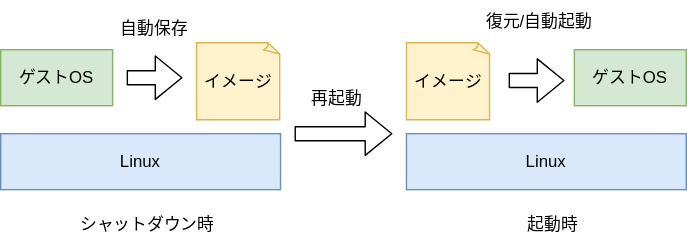
Earlier version of the draw.io export page/public/imgs/win-virt-nixos/reboot.drawio.svg (xd-tech/linux-blog). Source tidied: cells renumbered, new cells last; positions are measured from the earlier drawing's top-left corner, leaving out a move shared by most shapes. Its diagram source:
```xml
<mxGraphModel>
  <root>
    <mxCell id="0" />
    <mxCell id="1" parent="0" />
    <mxCell id="2" value="Linux" style="rounded=0;whiteSpace=wrap;html=1;fillColor=#dae8fc;strokeColor=#6c8ebf;" parent="1" vertex="1">
      <mxGeometry y="95" width="200" height="40" as="geometry" />
    </mxCell>
    <mxCell id="3" value="ゲストOS" style="rounded=0;whiteSpace=wrap;html=1;fillColor=#d5e8d4;strokeColor=#82b366;" parent="1" vertex="1">
      <mxGeometry y="35" width="80" height="40" as="geometry" />
    </mxCell>
    <mxCell id="4" value="シャットダウン時" style="text;html=1;align=center;verticalAlign=middle;whiteSpace=wrap;rounded=0;" parent="1" vertex="1">
      <mxGeometry x="50" y="145" width="110" height="30" as="geometry" />
    </mxCell>
    <mxCell id="5" value="イメージ" style="whiteSpace=wrap;html=1;shape=mxgraph.basic.document;fillColor=#fff2cc;strokeColor=#d6b656;" parent="1" vertex="1">
      <mxGeometry x="140" y="30" width="60" height="55" as="geometry" />
    </mxCell>
    <mxCell id="6" style="shape=flexArrow;endArrow=classic;html=1;" parent="1" edge="1">
      <mxGeometry relative="1" as="geometry">
        <mxPoint x="90" y="55" as="sourcePoint" />
        <mxPoint x="130" y="55" as="targetPoint" />
      </mxGeometry>
    </mxCell>
    <mxCell id="7" value="自動保存" style="text;html=1;align=center;verticalAlign=middle;whiteSpace=wrap;rounded=0;" parent="1" vertex="1">
      <mxGeometry x="80" y="5" width="60" height="30" as="geometry" />
    </mxCell>
    <mxCell id="8" value="Linux" style="rounded=0;whiteSpace=wrap;html=1;fillColor=#dae8fc;strokeColor=#6c8ebf;" parent="1" vertex="1">
      <mxGeometry x="290" y="95" width="200" height="40" as="geometry" />
    </mxCell>
    <mxCell id="9" value="ゲストOS" style="rounded=0;whiteSpace=wrap;html=1;fillColor=#d5e8d4;strokeColor=#82b366;" parent="1" vertex="1">
      <mxGeometry x="410" y="35" width="80" height="40" as="geometry" />
    </mxCell>
    <mxCell id="10" value="起動時" style="text;html=1;align=center;verticalAlign=middle;whiteSpace=wrap;rounded=0;" parent="1" vertex="1">
      <mxGeometry x="340" y="145" width="110" height="30" as="geometry" />
    </mxCell>
    <mxCell id="11" value="イメージ" style="whiteSpace=wrap;html=1;shape=mxgraph.basic.document;fillColor=#fff2cc;strokeColor=#d6b656;" parent="1" vertex="1">
      <mxGeometry x="290" y="30" width="60" height="55" as="geometry" />
    </mxCell>
    <mxCell id="12" style="shape=flexArrow;endArrow=classic;html=1;" parent="1" edge="1">
      <mxGeometry relative="1" as="geometry">
        <mxPoint x="363" y="57" as="sourcePoint" />
        <mxPoint x="403" y="57" as="targetPoint" />
      </mxGeometry>
    </mxCell>
    <mxCell id="13" value="復元/自動起動" style="text;html=1;align=center;verticalAlign=middle;whiteSpace=wrap;rounded=0;" parent="1" vertex="1">
      <mxGeometry x="340" width="90" height="30" as="geometry" />
    </mxCell>
    <mxCell id="14" style="shape=flexArrow;endArrow=classic;html=1;" parent="1" edge="1">
      <mxGeometry relative="1" as="geometry">
        <mxPoint x="210" y="95" as="sourcePoint" />
        <mxPoint x="280" y="95" as="targetPoint" />
      </mxGeometry>
    </mxCell>
    <mxCell id="15" value="再起動" style="text;html=1;align=center;verticalAlign=middle;strokeColor=none;fillColor=none;" parent="1" vertex="1">
      <mxGeometry x="210" y="55" width="60" height="30" as="geometry" />
    </mxCell>
  </root>
</mxGraphModel>
```
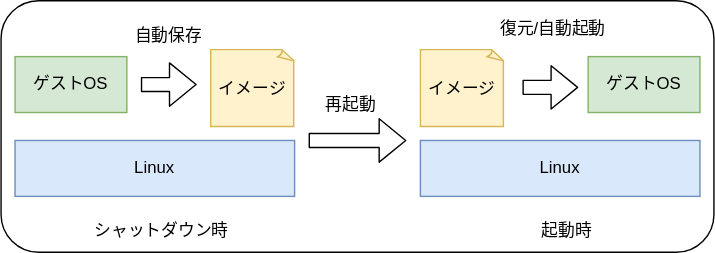
Later version of the same file.

Diff of the diagram source:
```diff
@@ -2,6 +2,9 @@
   <root>
     <mxCell id="0" />
     <mxCell id="1" parent="0" />
+    <mxCell id="16" style="rounded=1;whiteSpace=wrap;html=1;" parent="1" vertex="1">
+      <mxGeometry x="-10" y="-5" width="510" height="180" as="geometry" />
+    </mxCell>
     <mxCell id="2" value="Linux" style="rounded=0;whiteSpace=wrap;html=1;fillColor=#dae8fc;strokeColor=#6c8ebf;" parent="1" vertex="1">
       <mxGeometry y="95" width="200" height="40" as="geometry" />
     </mxCell>
```
